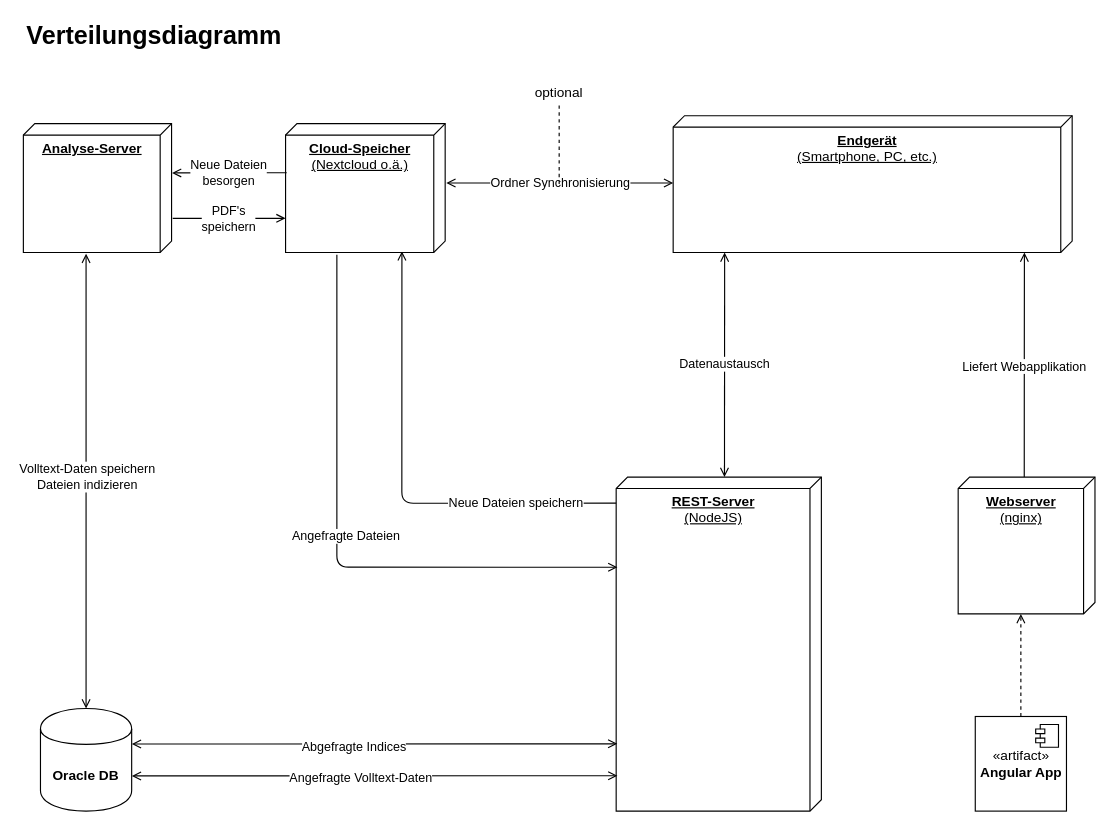
This is page "Verteilungsdiagramm" (1 of 3) of docs/Overview/resources/Diagramme/doc-ver_Diagramme.drawio from doc-ver/Doku, a draw.io file, before an edit. Source tidied: cells renumbered, new cells numbered last; positions are measured from the earlier drawing's top-left corner, leaving out a move shared by most shapes. Both pictures are drawn from the tidied source at 114%, with x=0, y=0 at pixel (23, 19).
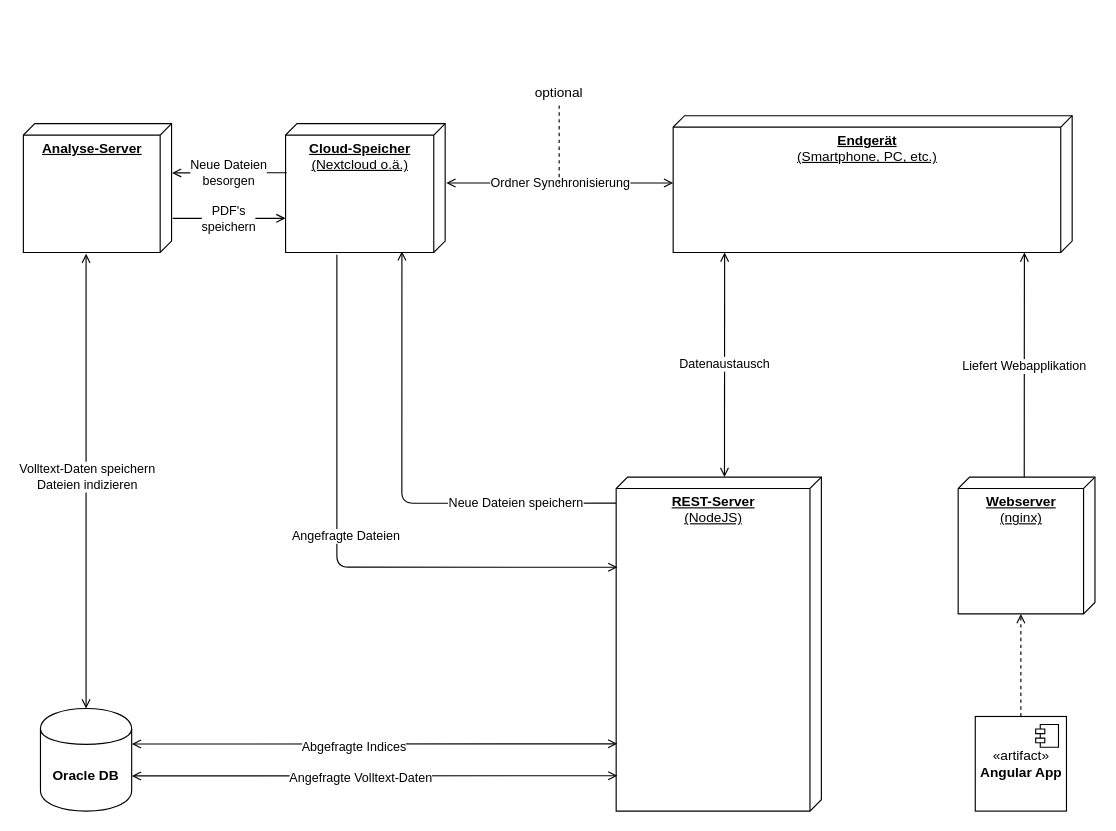
After the change.

What changed in the source:
```diff
@@
-    <mxCell id="16" value="Verteilungsdiagramm" style="text;html=1;strokeColor=none;fillColor=none;align=center;verticalAlign=middle;whiteSpace=wrap;rounded=0;fontSize=22;fontStyle=1;" parent="1" vertex="1">
-      <mxGeometry width="230" height="30" as="geometry" />
-    </mxCell>
```
